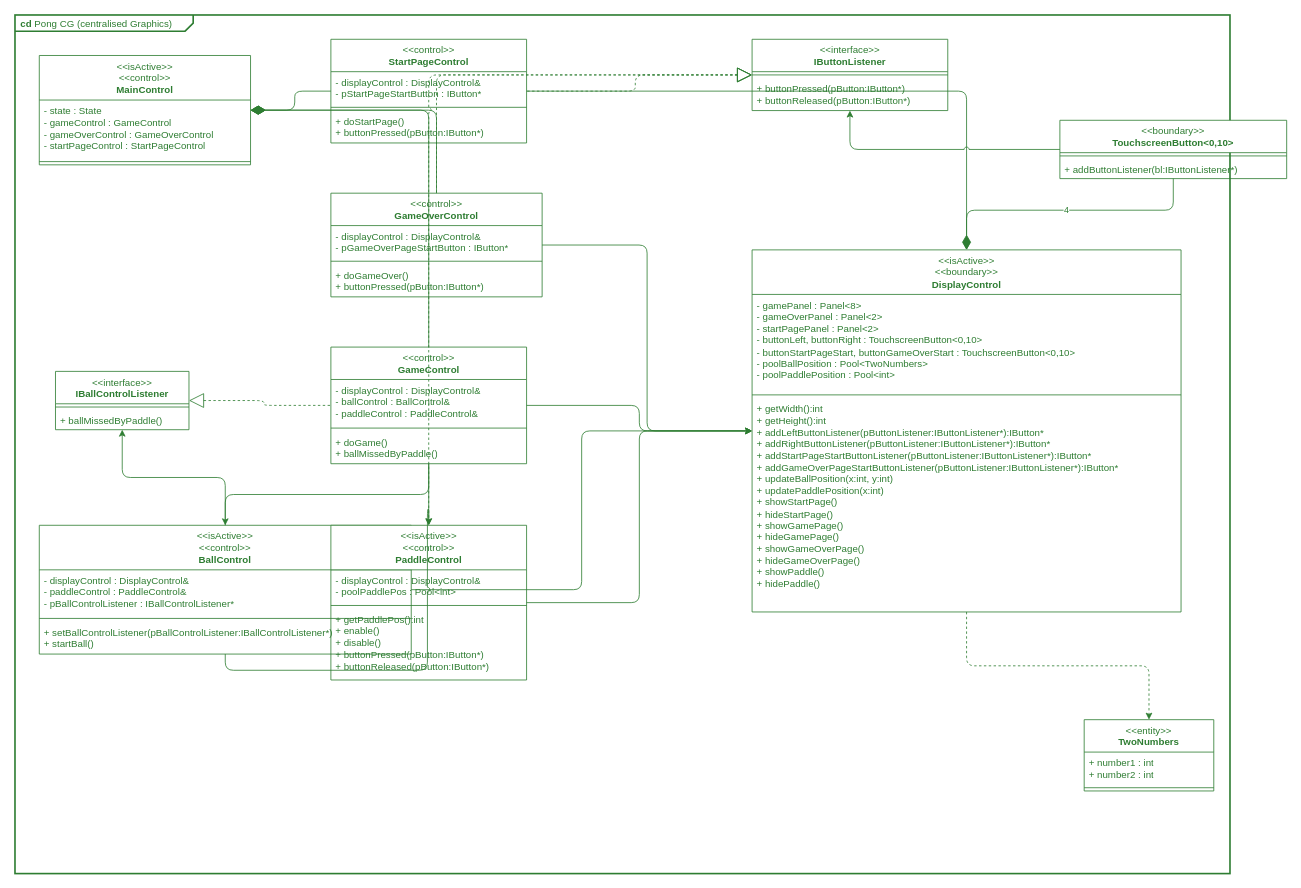
Before: page "CD" (4 of 11) of apps_frt/pong_simple_frt/models/drawio/pong_simple_frt.drawio in nepbuur1/test_lasergame_2_rework_CleanGUI_godmode, a draw.io diagram. Source tidied: cells renumbered, new cells numbered last; positions are measured from the earlier drawing's top-left corner, leaving out a move shared by most shapes. Both pictures are drawn from the tidied source at 81%, with x=0, y=0 at pixel (15, 15).
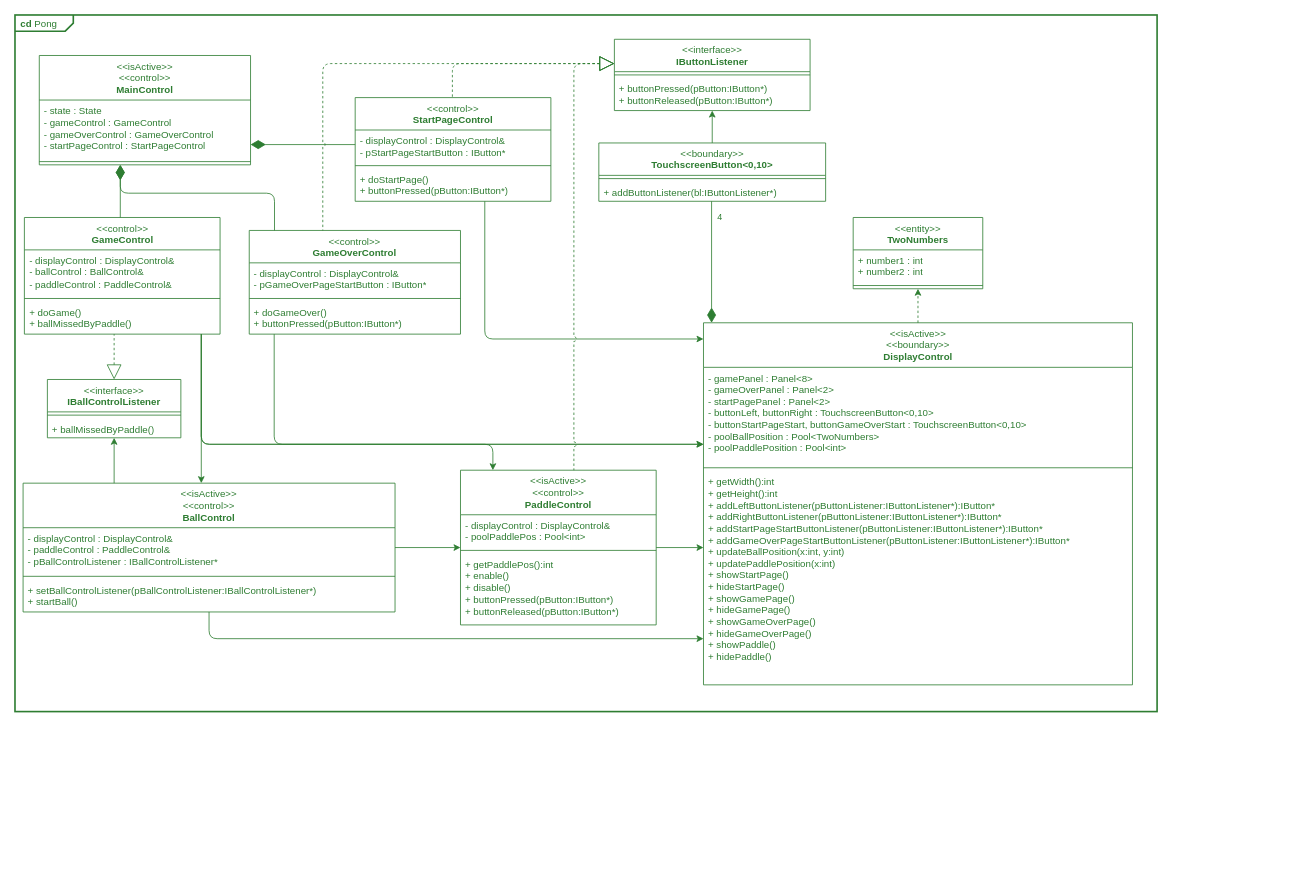
The same diagram, later.

Unchanged cells that the change refers to:
```xml
<mxCell id="3" value="&lt;span style=&quot;font-weight: 400;&quot;&gt;&amp;lt;&amp;lt;isActive&amp;gt;&amp;gt;&lt;/span&gt;&lt;br style=&quot;font-weight: 400;&quot;&gt;&lt;span style=&quot;font-weight: 400;&quot;&gt;&amp;lt;&amp;lt;control&amp;gt;&amp;gt;&lt;/span&gt;&lt;br style=&quot;font-weight: 400;&quot;&gt;MainControl" style="swimlane;fontStyle=1;align=center;verticalAlign=top;horizontal=1;startSize=55;whiteSpace=wrap;html=1;strokeColor=#2e7d32;fontColor=#2e7d32;" parent="1" vertex="1">
  <mxGeometry x="30" y="50" width="260.8" height="135" as="geometry" />
</mxCell>
```

Change to the diagram source:
```diff
@@
-    <mxCell id="2" value="&lt;p style=&quot;margin:0px;margin-top:4px;margin-left:7px;text-align:left;&quot;&gt;&lt;b&gt;cd&lt;/b&gt;  Pong CG (centralised Graphics)&lt;/p&gt;" style="html=1;shape=mxgraph.sysml.package;overflow=fill;labelX=220;strokeWidth=2;align=center;strokeColor=#2e7d32;fontColor=#2e7d32;" parent="1" vertex="1">
-      <mxGeometry width="1500" height="1060" as="geometry" />
-    </mxCell>
+    <mxCell id="61" value="&lt;p style=&quot;margin:0px;margin-top:4px;margin-left:7px;text-align:left;&quot;&gt;&lt;b&gt;cd&lt;/b&gt;&amp;nbsp;Pong&lt;/p&gt;" style="html=1;shape=mxgraph.sysml.package;overflow=fill;labelX=72.1;strokeWidth=2;align=center;strokeColor=#2e7d32;fontColor=#2e7d32;" parent="1" vertex="1">
+      <mxGeometry width="1410" height="860" as="geometry" />
+    </mxCell>
@@
     <mxCell id="6" value="&lt;span style=&quot;font-weight: 400;&quot;&gt;&amp;lt;&amp;lt;control&amp;gt;&amp;gt;&lt;/span&gt;&lt;br style=&quot;font-weight: 400;&quot;&gt;StartPageControl" style="swimlane;fontStyle=1;align=center;verticalAlign=top;horizontal=1;startSize=40;whiteSpace=wrap;html=1;strokeColor=#2e7d32;fontColor=#2e7d32;" parent="1" vertex="1">
-      <mxGeometry x="390" y="30" width="241.6" height="128" as="geometry" />
+      <mxGeometry x="420" y="102" width="241.6" height="128" as="geometry" />
     </mxCell>
@@
     <mxCell id="10" value="&lt;span style=&quot;font-weight: 400;&quot;&gt;&amp;lt;&amp;lt;control&amp;gt;&amp;gt;&lt;/span&gt;&lt;br style=&quot;font-weight: 400;&quot;&gt;GameOverControl" style="swimlane;fontStyle=1;align=center;verticalAlign=top;horizontal=1;startSize=40;whiteSpace=wrap;html=1;strokeColor=#2e7d32;fontColor=#2e7d32;" parent="1" vertex="1">
-      <mxGeometry x="390" y="220" width="260.8" height="128" as="geometry" />
+      <mxGeometry x="289.2" y="266" width="260.8" height="128" as="geometry" />
     </mxCell>
@@
     <mxCell id="14" value="&lt;span style=&quot;font-weight: 400;&quot;&gt;&amp;lt;&amp;lt;control&amp;gt;&amp;gt;&lt;/span&gt;&lt;br style=&quot;font-weight: 400;&quot;&gt;GameControl" style="swimlane;fontStyle=1;align=center;verticalAlign=top;horizontal=1;startSize=40;whiteSpace=wrap;html=1;strokeColor=#2e7d32;fontColor=#2e7d32;" parent="1" vertex="1">
-      <mxGeometry x="390" y="410" width="241.6" height="144" as="geometry" />
+      <mxGeometry x="11.6" y="250" width="241.6" height="144" as="geometry" />
     </mxCell>
@@
     <mxCell id="18" value="&lt;span style=&quot;font-weight: 400;&quot;&gt;&amp;lt;&amp;lt;interface&amp;gt;&amp;gt;&lt;/span&gt;&lt;br style=&quot;font-weight: 400;&quot;&gt;IBallControlListener" style="swimlane;fontStyle=1;align=center;verticalAlign=top;horizontal=1;startSize=40;whiteSpace=wrap;html=1;strokeColor=#2e7d32;fontColor=#2e7d32;" parent="1" vertex="1">
-      <mxGeometry x="50" y="440" width="164.8" height="72" as="geometry" />
+      <mxGeometry x="40" y="450" width="164.8" height="72" as="geometry" />
     </mxCell>
@@
     <mxCell id="21" value="&lt;span style=&quot;font-weight: 400;&quot;&gt;&amp;lt;&amp;lt;isActive&amp;gt;&amp;gt;&lt;/span&gt;&lt;br style=&quot;font-weight: 400;&quot;&gt;&lt;span style=&quot;font-weight: 400;&quot;&gt;&amp;lt;&amp;lt;control&amp;gt;&amp;gt;&lt;/span&gt;&lt;br style=&quot;font-weight: 400;&quot;&gt;BallControl" style="swimlane;fontStyle=1;align=center;verticalAlign=top;horizontal=1;startSize=55;whiteSpace=wrap;html=1;strokeColor=#2e7d32;fontColor=#2e7d32;" parent="1" vertex="1">
-      <mxGeometry x="30" y="630" width="459.2" height="159" as="geometry" />
+      <mxGeometry x="10" y="578" width="459.2" height="159" as="geometry" />
     </mxCell>
@@
     <mxCell id="25" value="&lt;span style=&quot;font-weight: 400;&quot;&gt;&amp;lt;&amp;lt;isActive&amp;gt;&amp;gt;&lt;/span&gt;&lt;br style=&quot;font-weight: 400;&quot;&gt;&lt;span style=&quot;font-weight: 400;&quot;&gt;&amp;lt;&amp;lt;control&amp;gt;&amp;gt;&lt;/span&gt;&lt;br style=&quot;font-weight: 400;&quot;&gt;PaddleControl" style="swimlane;fontStyle=1;align=center;verticalAlign=top;horizontal=1;startSize=55;whiteSpace=wrap;html=1;strokeColor=#2e7d32;fontColor=#2e7d32;" parent="1" vertex="1">
-      <mxGeometry x="390" y="630" width="241.6" height="191" as="geometry" />
+      <mxGeometry x="550" y="562" width="241.6" height="191" as="geometry" />
     </mxCell>
@@
     <mxCell id="29" value="&lt;span style=&quot;font-weight: 400;&quot;&gt;&amp;lt;&amp;lt;isActive&amp;gt;&amp;gt;&lt;/span&gt;&lt;br style=&quot;font-weight: 400;&quot;&gt;&lt;span style=&quot;font-weight: 400;&quot;&gt;&amp;lt;&amp;lt;boundary&amp;gt;&amp;gt;&lt;/span&gt;&lt;br style=&quot;font-weight: 400;&quot;&gt;DisplayControl" style="swimlane;fontStyle=1;align=center;verticalAlign=top;horizontal=1;startSize=55;whiteSpace=wrap;html=1;strokeColor=#2e7d32;fontColor=#2e7d32;" parent="1" vertex="1">
-      <mxGeometry x="910" y="290" width="529.6" height="447" as="geometry" />
+      <mxGeometry x="850" y="380" width="529.6" height="447" as="geometry" />
     </mxCell>
@@
     <mxCell id="33" value="&lt;span style=&quot;font-weight: 400;&quot;&gt;&amp;lt;&amp;lt;entity&amp;gt;&amp;gt;&lt;/span&gt;&lt;br style=&quot;font-weight: 400;&quot;&gt;TwoNumbers" style="swimlane;fontStyle=1;align=center;verticalAlign=top;horizontal=1;startSize=40;whiteSpace=wrap;html=1;strokeColor=#2e7d32;fontColor=#2e7d32;" parent="1" vertex="1">
-      <mxGeometry x="1320" y="870" width="160" height="88" as="geometry" />
+      <mxGeometry x="1034.8" y="250" width="160" height="88" as="geometry" />
     </mxCell>
@@
     <mxCell id="36" value="&lt;span style=&quot;font-weight: 400;&quot;&gt;&amp;lt;&amp;lt;interface&amp;gt;&amp;gt;&lt;/span&gt;&lt;br style=&quot;font-weight: 400;&quot;&gt;IButtonListener" style="swimlane;fontStyle=1;align=center;verticalAlign=top;horizontal=1;startSize=40;whiteSpace=wrap;html=1;strokeColor=#2e7d32;fontColor=#2e7d32;" parent="1" vertex="1">
-      <mxGeometry x="910" y="30" width="241.6" height="88" as="geometry" />
+      <mxGeometry x="740" y="30" width="241.6" height="88" as="geometry" />
     </mxCell>
@@
     <mxCell id="39" value="&lt;span style=&quot;font-weight: 400;&quot;&gt;&amp;lt;&amp;lt;boundary&amp;gt;&amp;gt;&lt;/span&gt;&lt;br style=&quot;font-weight: 400;&quot;&gt;TouchscreenButton&amp;lt;0,10&amp;gt;" style="swimlane;fontStyle=1;align=center;verticalAlign=top;horizontal=1;startSize=40;whiteSpace=wrap;html=1;strokeColor=#2e7d32;fontColor=#2e7d32;" parent="1" vertex="1">
-      <mxGeometry x="1290" y="130" width="280" height="72" as="geometry" />
+      <mxGeometry x="720.8" y="158" width="280" height="72" as="geometry" />
     </mxCell>
@@
     <mxCell id="42" style="edgeStyle=orthogonalEdgeStyle;rounded=1;jettySize=auto;html=1;startArrow=diamondThin;startFill=1;startSize=16;endArrow=none;endFill=0;curved=0;jumpStyle=arc;strokeColor=#2e7d32;fontColor=#2e7d32;" parent="1" edge="1" source="3" target="6">
-      <mxGeometry relative="1" as="geometry" />
+      <mxGeometry x="0.05" relative="1" as="geometry">
+        <Array as="points">
+          <mxPoint x="380" y="160" />
+          <mxPoint x="380" y="160" />
+        </Array>
+      </mxGeometry>
     </mxCell>
     <mxCell id="43" style="edgeStyle=orthogonalEdgeStyle;rounded=1;jettySize=auto;html=1;startArrow=diamondThin;startFill=1;startSize=16;endArrow=none;endFill=0;curved=0;jumpStyle=arc;strokeColor=#2e7d32;fontColor=#2e7d32;" parent="1" edge="1" source="3" target="10">
-      <mxGeometry relative="1" as="geometry" />
+      <mxGeometry x="0.13" relative="1" as="geometry">
+        <Array as="points">
+          <mxPoint x="130" y="220" />
+          <mxPoint x="320.4" y="220" />
+        </Array>
+      </mxGeometry>
     </mxCell>
     <mxCell id="44" style="edgeStyle=orthogonalEdgeStyle;rounded=1;jettySize=auto;html=1;startArrow=diamondThin;startFill=1;startSize=16;endArrow=none;endFill=0;curved=0;jumpStyle=arc;strokeColor=#2e7d32;fontColor=#2e7d32;" parent="1" edge="1" source="3" target="14">
-      <mxGeometry relative="1" as="geometry" />
+      <mxGeometry relative="1" as="geometry">
+        <Array as="points">
+          <mxPoint x="130" y="210" />
+          <mxPoint x="130" y="210" />
+        </Array>
+      </mxGeometry>
     </mxCell>
     <mxCell id="45" style="edgeStyle=orthogonalEdgeStyle;rounded=1;jettySize=auto;html=1;curved=0;jumpStyle=arc;strokeColor=#2e7d32;fontColor=#2e7d32;" parent="1" edge="1" source="6" target="29">
-      <mxGeometry relative="1" as="geometry" />
+      <mxGeometry x="-0.07" relative="1" as="geometry">
+        <Array as="points">
+          <mxPoint x="580" y="400" />
+        </Array>
+      </mxGeometry>
     </mxCell>
     <mxCell id="46" style="edgeStyle=orthogonalEdgeStyle;rounded=1;jettySize=auto;html=1;curved=0;jumpStyle=arc;strokeColor=#2e7d32;fontColor=#2e7d32;" parent="1" edge="1" source="10" target="29">
-      <mxGeometry relative="1" as="geometry" />
+      <mxGeometry x="0.13" relative="1" as="geometry">
+        <Array as="points">
+          <mxPoint x="320" y="530" />
+        </Array>
+      </mxGeometry>
     </mxCell>
     <mxCell id="47" style="edgeStyle=orthogonalEdgeStyle;rounded=1;jettySize=auto;html=1;curved=0;jumpStyle=arc;strokeColor=#2e7d32;fontColor=#2e7d32;" parent="1" edge="1" source="14" target="29">
-      <mxGeometry relative="1" as="geometry" />
+      <mxGeometry x="-0.22" relative="1" as="geometry">
+        <Array as="points">
+          <mxPoint x="230" y="530" />
+        </Array>
+      </mxGeometry>
     </mxCell>
     <mxCell id="48" style="edgeStyle=orthogonalEdgeStyle;rounded=1;jettySize=auto;html=1;curved=0;jumpStyle=arc;strokeColor=#2e7d32;fontColor=#2e7d32;" parent="1" edge="1" source="14" target="21">
-      <mxGeometry relative="1" as="geometry" />
+      <mxGeometry relative="1" as="geometry">
+        <Array as="points">
+          <mxPoint x="230" y="520" />
+          <mxPoint x="230" y="520" />
+        </Array>
+      </mxGeometry>
     </mxCell>
     <mxCell id="49" style="edgeStyle=orthogonalEdgeStyle;rounded=1;jettySize=auto;html=1;curved=0;jumpStyle=arc;strokeColor=#2e7d32;fontColor=#2e7d32;" parent="1" edge="1" source="14" target="25">
-      <mxGeometry relative="1" as="geometry" />
+      <mxGeometry x="0.01" relative="1" as="geometry">
+        <Array as="points">
+          <mxPoint x="230" y="530" />
+          <mxPoint x="590" y="530" />
+        </Array>
+      </mxGeometry>
     </mxCell>
     <mxCell id="50" style="edgeStyle=orthogonalEdgeStyle;rounded=1;jettySize=auto;html=1;curved=0;jumpStyle=arc;strokeColor=#2e7d32;fontColor=#2e7d32;" parent="1" edge="1" source="21" target="29">
-      <mxGeometry relative="1" as="geometry" />
+      <mxGeometry x="0.1" relative="1" as="geometry">
+        <Array as="points">
+          <mxPoint x="239.6" y="770" />
+        </Array>
+      </mxGeometry>
     </mxCell>
@@
     <mxCell id="52" style="edgeStyle=orthogonalEdgeStyle;rounded=1;jettySize=auto;html=1;curved=0;jumpStyle=arc;strokeColor=#2e7d32;fontColor=#2e7d32;" parent="1" edge="1" source="21" target="18">
-      <mxGeometry relative="1" as="geometry" />
+      <mxGeometry relative="1" as="geometry">
+        <Array as="points">
+          <mxPoint x="122.4" y="560" />
+          <mxPoint x="122.4" y="560" />
+        </Array>
+      </mxGeometry>
     </mxCell>
     <mxCell id="53" style="edgeStyle=orthogonalEdgeStyle;rounded=1;jettySize=auto;html=1;curved=0;jumpStyle=arc;strokeColor=#2e7d32;fontColor=#2e7d32;" parent="1" edge="1" source="25" target="29">
-      <mxGeometry relative="1" as="geometry" />
+      <mxGeometry relative="1" as="geometry">
+        <Array as="points">
+          <mxPoint x="890" y="657.5" />
+          <mxPoint x="890" y="657.5" />
+        </Array>
+      </mxGeometry>
     </mxCell>
     <mxCell id="54" style="edgeStyle=orthogonalEdgeStyle;rounded=1;jettySize=auto;html=1;endArrow=none;endFill=0;startArrow=block;startFill=0;startSize=16;dashed=1;jumpStyle=arc;curved=0;strokeColor=#2e7d32;fontColor=#2e7d32;" parent="1" edge="1" source="18" target="14">
-      <mxGeometry relative="1" as="geometry" />
+      <mxGeometry x="0.18" relative="1" as="geometry">
+        <Array as="points">
+          <mxPoint x="122.4" y="410" />
+          <mxPoint x="122.4" y="410" />
+        </Array>
+      </mxGeometry>
     </mxCell>
     <mxCell id="55" style="edgeStyle=orthogonalEdgeStyle;rounded=1;jettySize=auto;html=1;endArrow=none;endFill=0;startArrow=block;startFill=0;startSize=16;dashed=1;jumpStyle=arc;curved=0;strokeColor=#2e7d32;fontColor=#2e7d32;" parent="1" edge="1" source="36" target="6">
-      <mxGeometry relative="1" as="geometry" />
+      <mxGeometry x="0.04" relative="1" as="geometry">
+        <Array as="points">
+          <mxPoint x="540" y="60" />
+        </Array>
+      </mxGeometry>
     </mxCell>
     <mxCell id="56" style="edgeStyle=orthogonalEdgeStyle;rounded=1;jettySize=auto;html=1;endArrow=none;endFill=0;startArrow=block;startFill=0;startSize=16;dashed=1;jumpStyle=arc;curved=0;strokeColor=#2e7d32;fontColor=#2e7d32;" parent="1" edge="1" source="36" target="10">
-      <mxGeometry relative="1" as="geometry" />
+      <mxGeometry x="-0.04" relative="1" as="geometry">
+        <Array as="points">
+          <mxPoint x="380" y="60" />
+        </Array>
+      </mxGeometry>
     </mxCell>
     <mxCell id="57" style="edgeStyle=orthogonalEdgeStyle;rounded=1;jettySize=auto;html=1;endArrow=none;endFill=0;startArrow=block;startFill=0;startSize=16;dashed=1;jumpStyle=arc;curved=0;strokeColor=#2e7d32;fontColor=#2e7d32;" parent="1" edge="1" source="36" target="25">
-      <mxGeometry relative="1" as="geometry" />
+      <mxGeometry x="0.02" relative="1" as="geometry">
+        <Array as="points">
+          <mxPoint x="690" y="60" />
+        </Array>
+      </mxGeometry>
     </mxCell>
     <mxCell id="58" value="4" style="edgeStyle=orthogonalEdgeStyle;rounded=1;jettySize=auto;html=1;startArrow=diamondThin;startFill=1;startSize=16;endArrow=none;endFill=0;curved=0;jumpStyle=arc;strokeColor=#2e7d32;fontColor=#2e7d32;" parent="1" edge="1" source="29" target="39">
-      <mxGeometry relative="1" as="geometry" />
+      <mxGeometry x="0.73" y="-10" relative="1" as="geometry">
+        <Array as="points">
+          <mxPoint x="860" y="340" />
+          <mxPoint x="860" y="340" />
+        </Array>
+      </mxGeometry>
     </mxCell>
```
